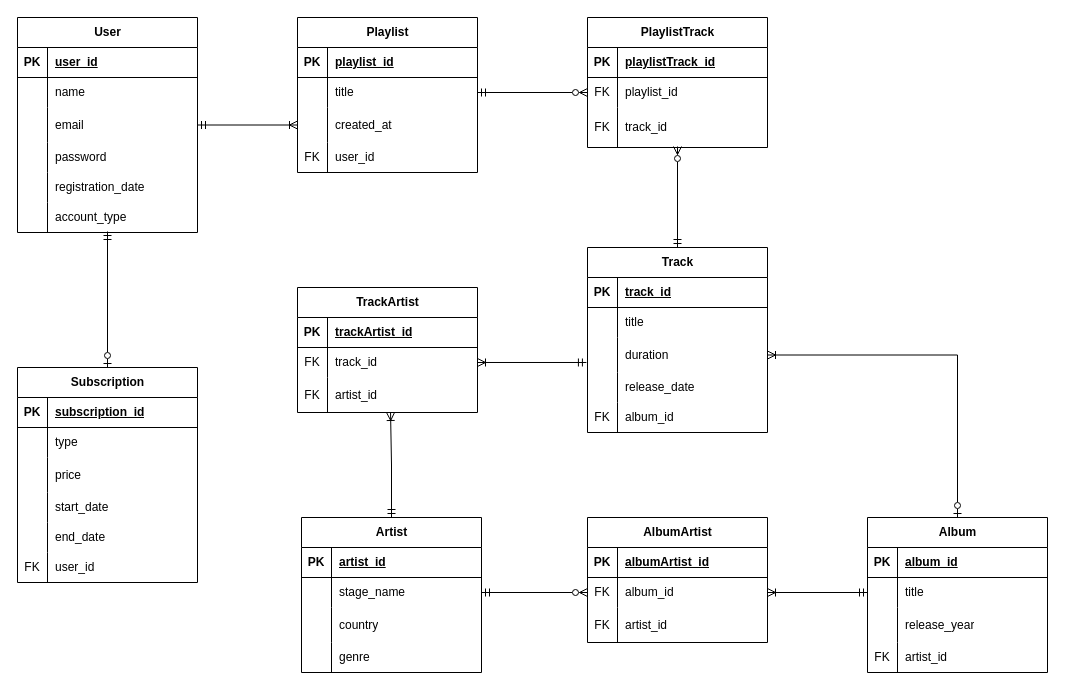
This is lab_1/Crow’s Foot ERD.drawio from yusik100/labs-mavps, a draw.io file, before an edit. Source tidied: cells renumbered, new cells numbered last; positions are measured from the earlier drawing's top-left corner, leaving out a move shared by most shapes. Both pictures are drawn from the tidied source at 100%, with x=0, y=0 at pixel (17, 17).
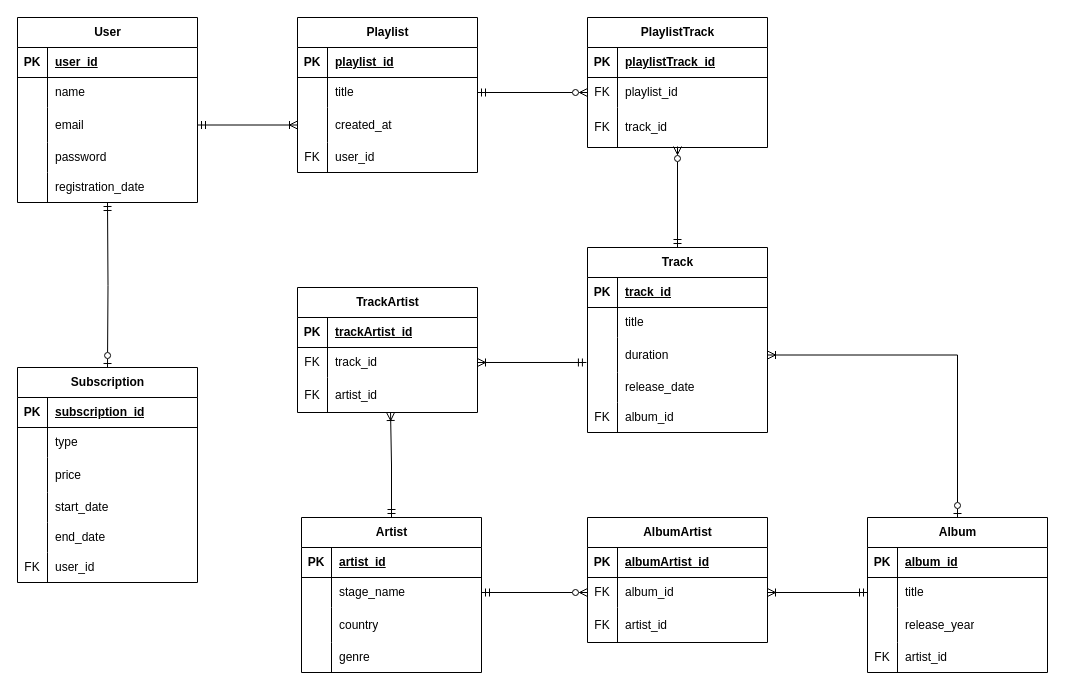
The same diagram, later.

Unchanged cells that the change refers to:
```xml
<mxCell id="78" value="Subscription" style="shape=table;startSize=30;childLayout=tableLayout;rowLines=0;fontStyle=1;align=center;html=1;" parent="1" vertex="1">
  <mxGeometry y="350" width="180" height="215" as="geometry" />
</mxCell>
```

Diff of the diagram source:
```diff
@@
     <mxCell id="2" value="User" style="shape=table;startSize=30;childLayout=tableLayout;rowLines=0;fontStyle=1;align=center;html=1;" parent="1" vertex="1">
-      <mxGeometry width="180" height="215" as="geometry" />
+      <mxGeometry width="180" height="185" as="geometry" />
     </mxCell>
@@
-    <mxCell id="18" style="shape=tableRow;horizontal=0;startSize=0;swimlaneHead=0;swimlaneBody=0;fillColor=none;points=[[0,0.5],[1,0.5]];portConstraint=eastwest;top=0;left=0;right=0;bottom=0;" parent="2" vertex="1">
-      <mxGeometry y="185" width="180" height="30" as="geometry" />
-    </mxCell>
-    <mxCell id="19" style="shape=partialRectangle;fillColor=none;top=0;left=0;bottom=0;right=0;overflow=hidden;whiteSpace=wrap;html=1;" parent="18" vertex="1">
-      <mxGeometry width="30" height="30" as="geometry" />
-    </mxCell>
-    <mxCell id="20" value="account_type" style="shape=partialRectangle;fillColor=none;top=0;left=0;bottom=0;right=0;align=left;spacingLeft=6;overflow=hidden;whiteSpace=wrap;html=1;" parent="18" vertex="1">
-      <mxGeometry x="30" width="150" height="30" as="geometry" />
-    </mxCell>
@@
-    <mxCell id="98" style="edgeStyle=orthogonalEdgeStyle;rounded=0;jettySize=auto;html=1;entryX=0.5;entryY=0;entryDx=0;entryDy=0;endArrow=ERzeroToOne;endFill=0;startArrow=ERmandOne;startFill=0;exitX=0.5;exitY=0.967;exitDx=0;exitDy=0;exitPerimeter=0;" parent="1" edge="1" source="18" target="78">
-      <mxGeometry relative="1" as="geometry" />
+    <mxCell id="98" style="edgeStyle=orthogonalEdgeStyle;rounded=0;jettySize=auto;html=1;entryX=0.5;entryY=0;entryDx=0;entryDy=0;endArrow=ERzeroToOne;endFill=0;startArrow=ERmandOne;startFill=0;" parent="1" edge="1" target="78">
+      <mxGeometry relative="1" as="geometry">
+        <mxPoint x="90" y="185" as="sourcePoint" />
+      </mxGeometry>
     </mxCell>
```
